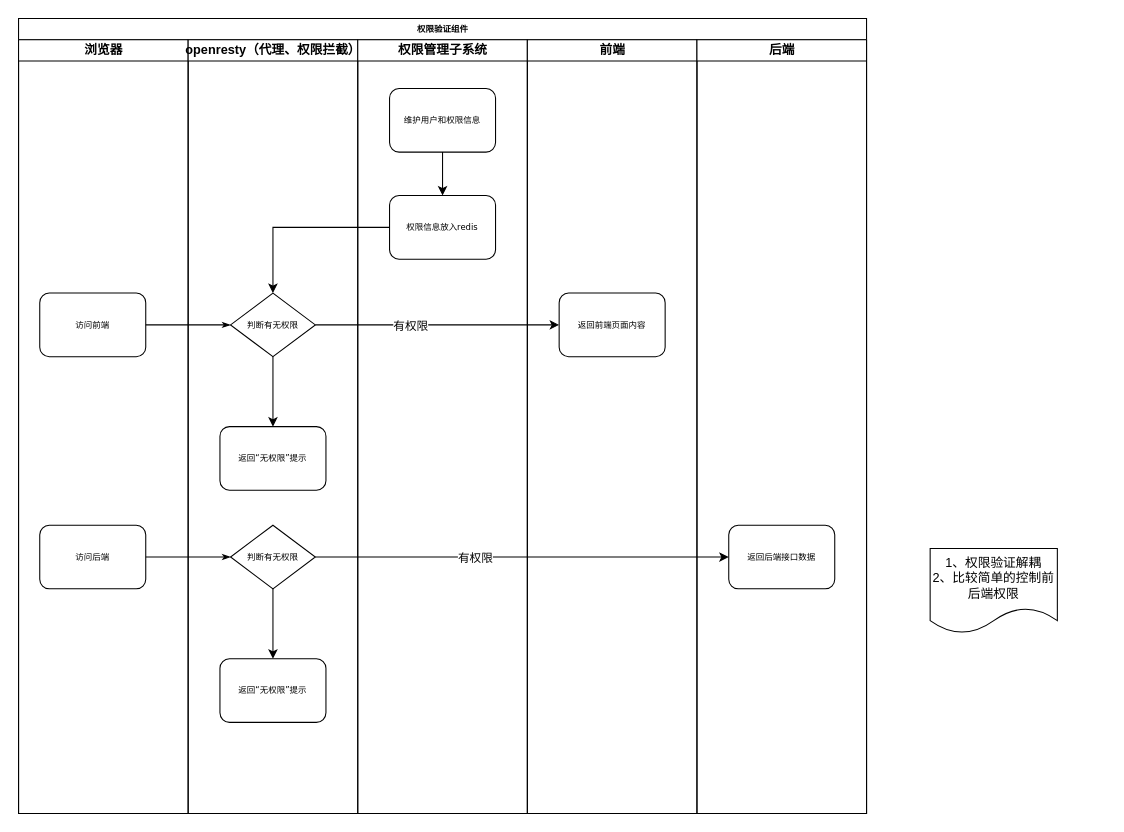
Earlier version of the draw.io diagram openresty.drawio (goylsf/image). Source tidied: cells renumbered, new cells numbered last; positions are measured from the earlier drawing's top-left corner, leaving out a move shared by most shapes. Both pictures are drawn from the tidied source at 106%, with x=0, y=0 at pixel (18, 18).
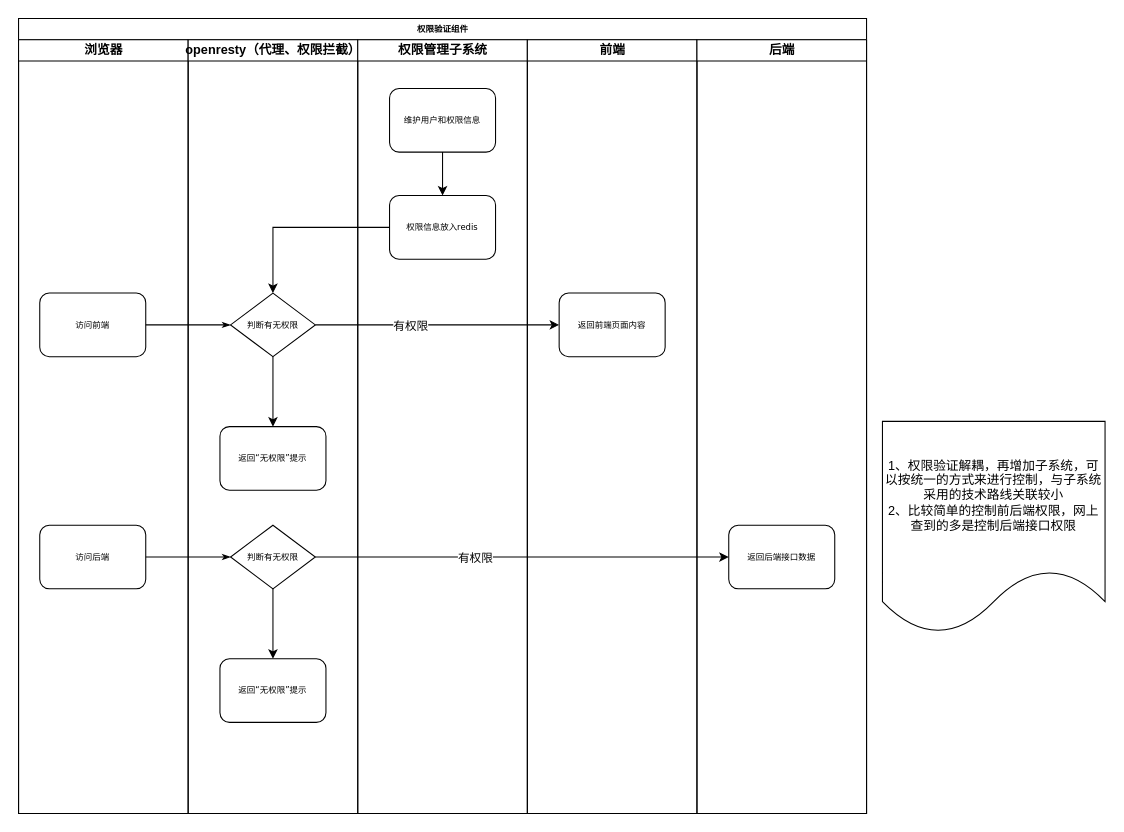
The same diagram, later.

What changed in the source:
```diff
@@
-    <mxCell id="28" value="1、权限验证解耦&lt;br&gt;2、比较简单的控制前后端权限" style="shape=document;whiteSpace=wrap;html=1;boundedLbl=1;" parent="1" vertex="1">
-      <mxGeometry x="860" y="500" width="120" height="80" as="geometry" />
+    <mxCell id="28" value="1、权限验证解耦，再增加子系统，可以按统一的方式来进行控制，与子系统采用的技术路线关联较小&lt;br&gt;2、比较简单的控制前后端权限，网上查到的多是控制后端接口权限" style="shape=document;whiteSpace=wrap;html=1;boundedLbl=1;" parent="1" vertex="1">
+      <mxGeometry x="815" y="380" width="210" height="200" as="geometry" />
     </mxCell>
```
